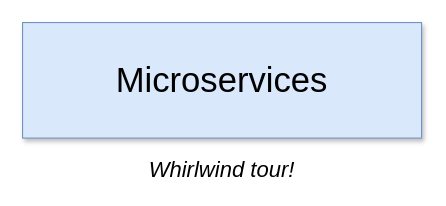
Above: page "01 - comm" (1 of 8) of diagrams/01/diagrams.drawio in HappySuzuki/microservices-cast (draw.io), before the change. Source tidied: cells renumbered, new cells numbered last; positions are measured from the earlier drawing's top-left corner, leaving out a move shared by most shapes. Both pictures are drawn from the tidied source at 105%, with x=0, y=0 at pixel (22, 22).
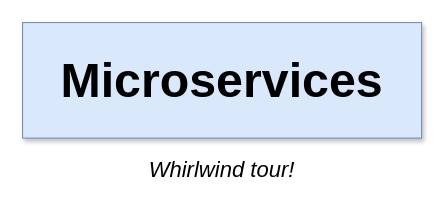
The same diagram, later.

The edit, as a diff of the source:
```diff
@@
 <mxGraphModel>
   <root>
     <mxCell id="0" />
     <mxCell id="1" parent="0" />
-    <mxCell id="2" value="Microservices" style="rounded=0;whiteSpace=wrap;html=1;fillColor=#dae8fc;strokeColor=#6c8ebf;shadow=1;fontSize=33;" parent="1" vertex="1">
+    <mxCell id="2" value="Microservices" style="rounded=0;whiteSpace=wrap;html=1;fillColor=#dae8fc;strokeColor=#6c8ebf;shadow=1;fontSize=46;fontStyle=1;" parent="1" vertex="1">
       <mxGeometry width="380" height="110" as="geometry" />
     </mxCell>
     <mxCell id="3" value="Whirlwind tour!" style="text;html=1;strokeColor=none;fillColor=none;align=center;verticalAlign=middle;whiteSpace=wrap;rounded=0;shadow=1;fontSize=21;fontStyle=2;" parent="1" vertex="1">
       <mxGeometry x="50" y="130" width="280" height="20" as="geometry" />
     </mxCell>
   </root>
 </mxGraphModel>
```
